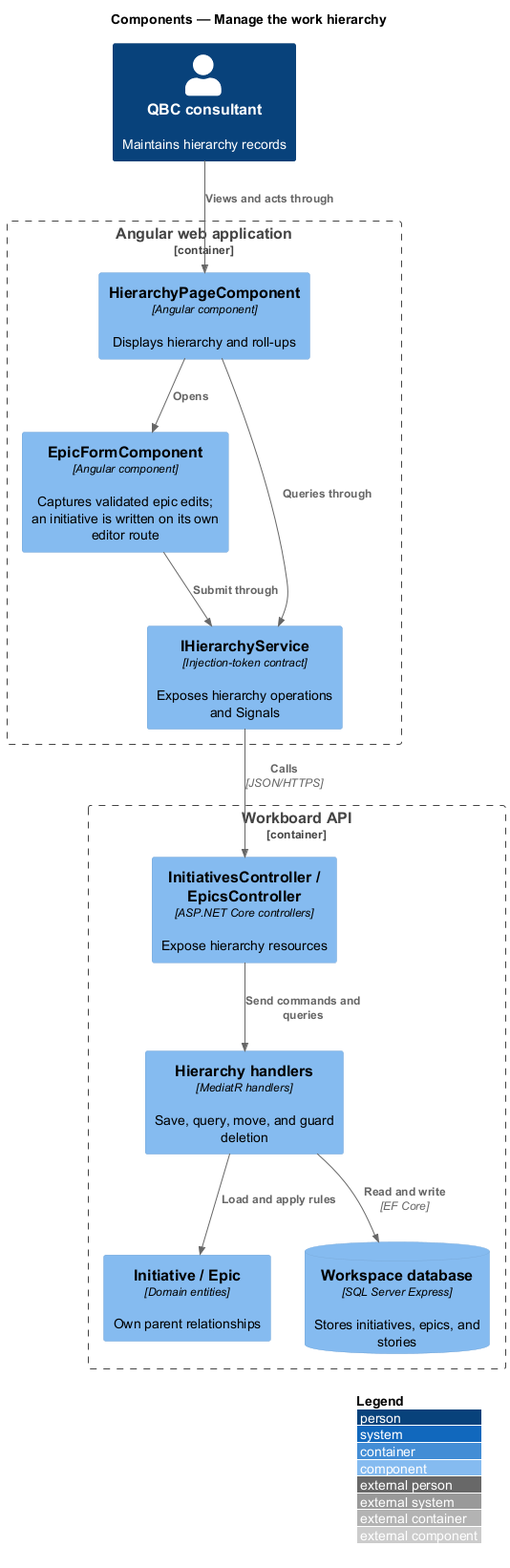
Before: docs/detailed-designs/work-items/manage-work-hierarchy/diagrams/c4-component.png, a diagram exported from PlantUML (QuinntyneBrown/quinntyne-brown-consulting).
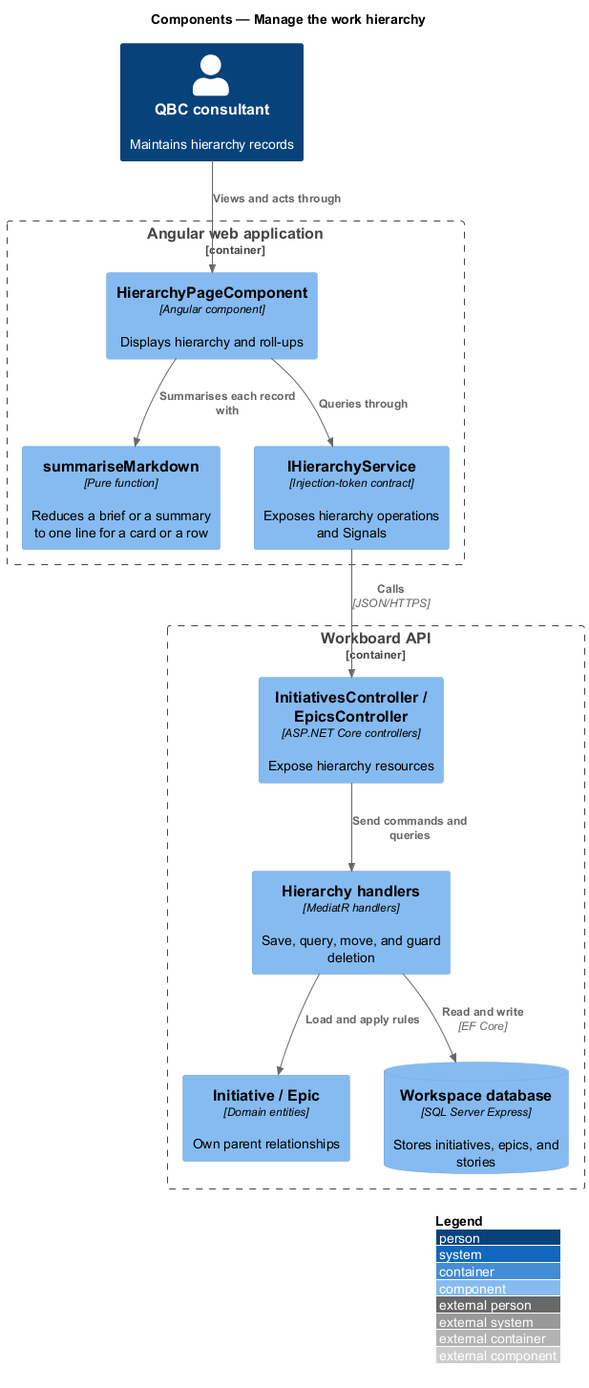
Above is the later version.

Diff of the diagram source:
```diff
@@ -6,7 +6,7 @@
 Person(consultant, "QBC consultant", "Maintains hierarchy records")
 Container_Boundary(spa, "Angular web application") {
   Component(page, "HierarchyPageComponent", "Angular component", "Displays hierarchy and roll-ups")
-  Component(forms, "EpicFormComponent", "Angular component", "Captures validated epic edits; an initiative is written on its own editor route")
+  Component(summary, "summariseMarkdown", "Pure function", "Reduces a brief or a summary to one line for a card or a row")
   Component(service, "IHierarchyService", "Injection-token contract", "Exposes hierarchy operations and Signals")
 }
 Container_Boundary(api, "Workboard API") {
@@ -17,9 +17,9 @@
 }
 
 Rel(consultant, page, "Views and acts through")
-Rel(page, forms, "Opens")
+Rel(page, summary, "Summarises each record with")
 Rel(page, service, "Queries through")
-Rel(forms, service, "Submit through")
+
 Rel(service, controllers, "Calls", "JSON/HTTPS")
 Rel(controllers, handlers, "Send commands and queries")
 Rel(handlers, domain, "Load and apply rules")
```
